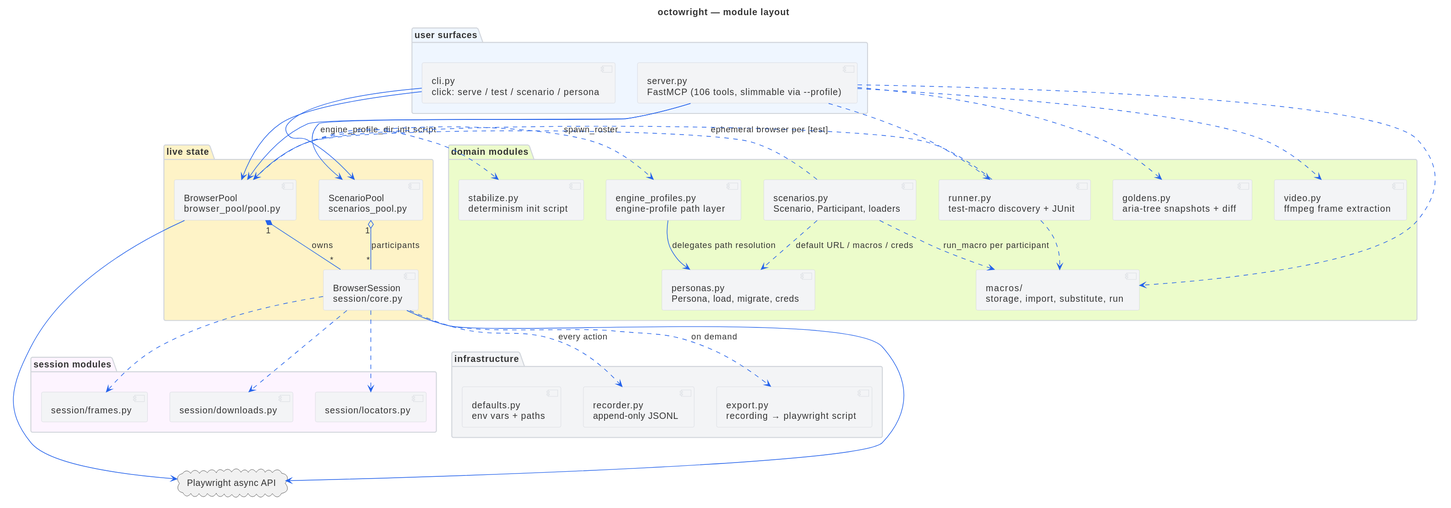
This is docs/architecture/component.svg from livingstaccato/octowright, a PlantUML export, as it was before one commit. Its source is kept beside it as docs/architecture/component.puml.
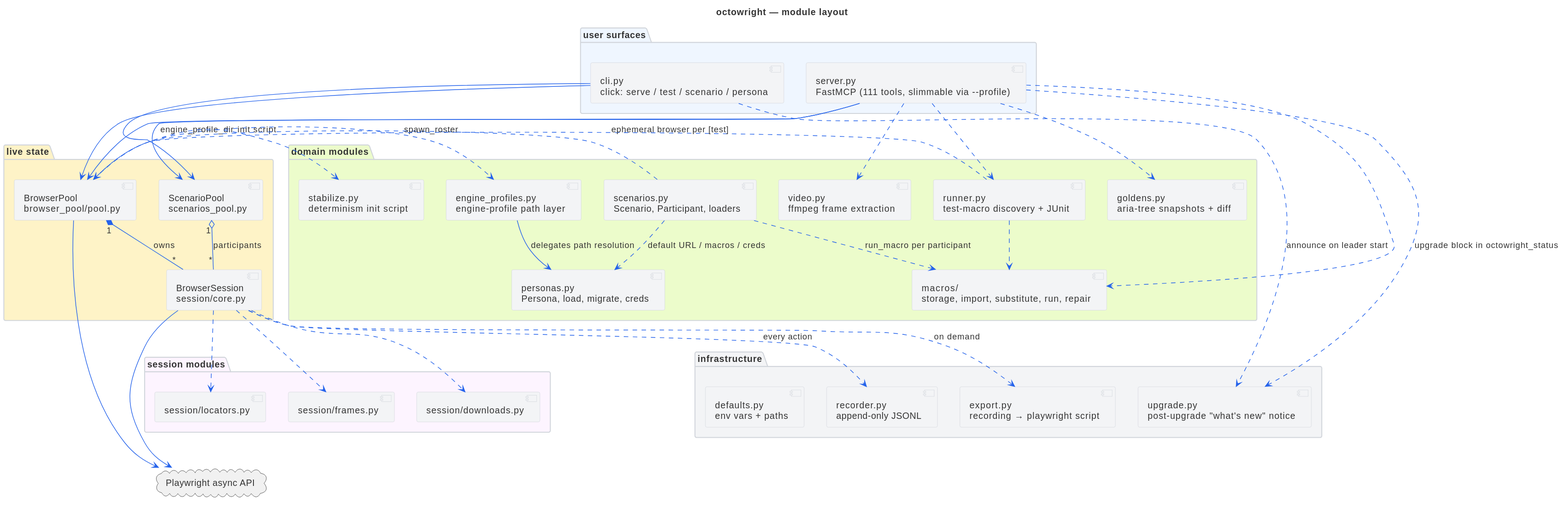
Later version of the same file.

Change to the diagram source:
```diff
@@ -14,7 +14,7 @@
 top to bottom direction
 
 package "user surfaces" #eff6ff {
-  [server.py\nFastMCP (106 tools, slimmable via --profile)] as SERVER
+  [server.py\nFastMCP (111 tools, slimmable via --profile)] as SERVER
   [cli.py\nclick: serve / test / scenario / persona] as CLI
 }
 
@@ -28,7 +28,7 @@
   [personas.py\nPersona, load, migrate, creds] as PERSONAS
   [engine_profiles.py\nengine-profile path layer] as ENGPROF
   [scenarios.py\nScenario, Participant, loaders] as SCENARIOS
-  [macros/\nstorage, import, substitute, run] as MACROS
+  [macros/\nstorage, import, substitute, run, repair] as MACROS
   [runner.py\ntest-macro discovery + JUnit] as RUNNER
   [goldens.py\naria-tree snapshots + diff] as GOLDENS
   [video.py\nffmpeg frame extraction] as VIDEO
@@ -45,6 +45,7 @@
   [defaults.py\nenv vars + paths] as DEFAULTS
   [recorder.py\nappend-only JSONL] as RECORDER
   [export.py\nrecording → playwright script] as EXPORT
+  [upgrade.py\npost-upgrade "what's new" notice] as UPGRADE
 }
 
 cloud "Playwright async API" as PW
@@ -71,6 +72,8 @@
 SERVER ..> GOLDENS
 SERVER ..> VIDEO
 SERVER ..> MACROS
+SERVER ..> UPGRADE : upgrade block in octowright_status
+CLI ..> UPGRADE : announce on leader start
 
 SESSION ..> RECORDER : every action
 SESSION ..> EXPORT : on demand
```
